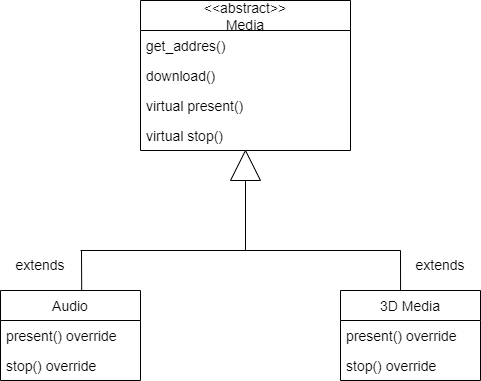
The draw.io diagram Task12/template method.png in randomunrandom/corona_travel, before a commit. Source tidied: cells renumbered, new cells last; positions are measured from the earlier drawing's top-left corner, leaving out a move shared by most shapes. Source of this version:
```xml
<mxGraphModel>
  <root>
    <mxCell id="0" />
    <mxCell id="1" parent="0" />
    <mxCell id="2" value="&lt;&lt;abstract&gt;&gt;&#10;Media" style="swimlane;fontStyle=0;horizontal=1;startSize=30;fontSize=14;" parent="1" vertex="1">
      <mxGeometry x="140" width="210" height="150" as="geometry" />
    </mxCell>
    <mxCell id="3" value="get_addres()" style="text;strokeColor=none;fillColor=none;align=left;verticalAlign=middle;spacingLeft=4;spacingRight=4;overflow=hidden;fontSize=14;" parent="2" vertex="1">
      <mxGeometry y="30" width="210" height="30" as="geometry" />
    </mxCell>
    <mxCell id="4" value="download()" style="text;strokeColor=none;fillColor=none;align=left;verticalAlign=middle;spacingLeft=4;spacingRight=4;overflow=hidden;fontSize=14;" parent="2" vertex="1">
      <mxGeometry y="60" width="210" height="30" as="geometry" />
    </mxCell>
    <mxCell id="5" value="virtual present()" style="text;strokeColor=none;fillColor=none;align=left;verticalAlign=middle;spacingLeft=4;spacingRight=4;overflow=hidden;fontSize=14;" parent="2" vertex="1">
      <mxGeometry y="90" width="210" height="30" as="geometry" />
    </mxCell>
    <mxCell id="6" value="virtual stop()" style="text;strokeColor=none;fillColor=none;align=left;verticalAlign=middle;spacingLeft=4;spacingRight=4;overflow=hidden;fontSize=14;" parent="2" vertex="1">
      <mxGeometry y="120" width="210" height="30" as="geometry" />
    </mxCell>
    <mxCell id="7" value="Audio" style="swimlane;fontStyle=0;horizontal=1;startSize=30;fontSize=14;" parent="1" vertex="1">
      <mxGeometry y="290" width="140" height="90" as="geometry" />
    </mxCell>
    <mxCell id="8" value="present() override" style="text;strokeColor=none;fillColor=none;align=left;verticalAlign=middle;spacingLeft=4;spacingRight=4;overflow=hidden;fontSize=14;" parent="7" vertex="1">
      <mxGeometry y="30" width="140" height="30" as="geometry" />
    </mxCell>
    <mxCell id="9" value="stop() override" style="text;strokeColor=none;fillColor=none;align=left;verticalAlign=middle;spacingLeft=4;spacingRight=4;overflow=hidden;fontSize=14;" parent="7" vertex="1">
      <mxGeometry y="60" width="140" height="30" as="geometry" />
    </mxCell>
    <mxCell id="10" value="3D Media" style="swimlane;fontStyle=0;horizontal=1;startSize=30;fontSize=14;" parent="1" vertex="1">
      <mxGeometry x="340" y="290" width="140" height="90" as="geometry" />
    </mxCell>
    <mxCell id="11" value="present() override" style="text;strokeColor=none;fillColor=none;align=left;verticalAlign=middle;spacingLeft=4;spacingRight=4;overflow=hidden;fontSize=14;" parent="10" vertex="1">
      <mxGeometry y="30" width="140" height="30" as="geometry" />
    </mxCell>
    <mxCell id="12" value="stop() override" style="text;strokeColor=none;fillColor=none;align=left;verticalAlign=middle;spacingLeft=4;spacingRight=4;overflow=hidden;fontSize=14;" parent="10" vertex="1">
      <mxGeometry y="60" width="140" height="30" as="geometry" />
    </mxCell>
    <mxCell id="13" style="triangle;whiteSpace=wrap;html=1;fontSize=14;rotation=-90;" parent="1" vertex="1">
      <mxGeometry x="230" y="150" width="30" height="30" as="geometry" />
    </mxCell>
    <mxCell id="14" style="endArrow=none;html=1;rounded=0;fontSize=14;entryX=0;entryY=0.5;entryDx=0;entryDy=0;" parent="1" edge="1" target="13">
      <mxGeometry relative="1" as="geometry">
        <mxPoint x="245" y="250" as="sourcePoint" />
      </mxGeometry>
    </mxCell>
    <mxCell id="15" style="endArrow=none;html=1;rounded=0;fontSize=14;" parent="1" edge="1">
      <mxGeometry relative="1" as="geometry">
        <mxPoint x="80" y="250" as="sourcePoint" />
        <mxPoint x="400" y="250" as="targetPoint" />
      </mxGeometry>
    </mxCell>
    <mxCell id="16" style="endArrow=none;html=1;rounded=0;fontSize=14;exitX=0.58;exitY=0.007;exitDx=0;exitDy=0;exitPerimeter=0;" parent="1" edge="1" source="7">
      <mxGeometry relative="1" as="geometry">
        <mxPoint x="81" y="250" as="targetPoint" />
      </mxGeometry>
    </mxCell>
    <mxCell id="17" style="endArrow=none;html=1;rounded=0;fontSize=14;exitX=0.429;exitY=0;exitDx=0;exitDy=0;exitPerimeter=0;" parent="1" edge="1" source="10">
      <mxGeometry relative="1" as="geometry">
        <mxPoint x="400" y="250" as="targetPoint" />
      </mxGeometry>
    </mxCell>
    <mxCell id="18" value="extends" style="text;html=1;strokeColor=none;fillColor=none;align=center;verticalAlign=middle;whiteSpace=wrap;rounded=0;fontSize=14;" parent="1" vertex="1">
      <mxGeometry x="10" y="250" width="60" height="30" as="geometry" />
    </mxCell>
    <mxCell id="19" value="extends" style="text;html=1;strokeColor=none;fillColor=none;align=center;verticalAlign=middle;whiteSpace=wrap;rounded=0;fontSize=14;" parent="1" vertex="1">
      <mxGeometry x="410" y="250" width="60" height="30" as="geometry" />
    </mxCell>
  </root>
</mxGraphModel>
```
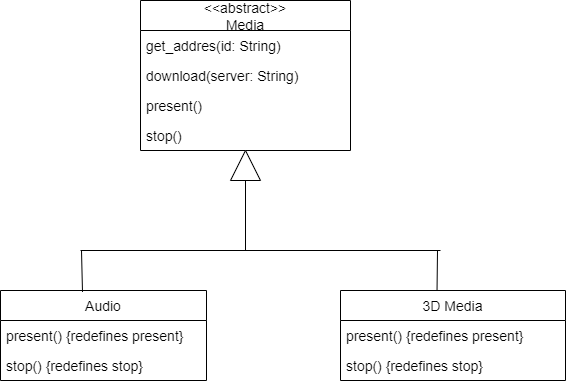
The same file after the commit.

Commit message:
Design cases updated

Diff of the diagram source:
```diff
@@ -5,35 +5,35 @@
     <mxCell id="2" value="&lt;&lt;abstract&gt;&gt;&#10;Media" style="swimlane;fontStyle=0;horizontal=1;startSize=30;fontSize=14;" parent="1" vertex="1">
       <mxGeometry x="140" width="210" height="150" as="geometry" />
     </mxCell>
-    <mxCell id="3" value="get_addres()" style="text;strokeColor=none;fillColor=none;align=left;verticalAlign=middle;spacingLeft=4;spacingRight=4;overflow=hidden;fontSize=14;" parent="2" vertex="1">
+    <mxCell id="3" value="get_addres(id: String)" style="text;strokeColor=none;fillColor=none;align=left;verticalAlign=middle;spacingLeft=4;spacingRight=4;overflow=hidden;fontSize=14;" parent="2" vertex="1">
       <mxGeometry y="30" width="210" height="30" as="geometry" />
     </mxCell>
-    <mxCell id="4" value="download()" style="text;strokeColor=none;fillColor=none;align=left;verticalAlign=middle;spacingLeft=4;spacingRight=4;overflow=hidden;fontSize=14;" parent="2" vertex="1">
+    <mxCell id="4" value="download(server: String)" style="text;strokeColor=none;fillColor=none;align=left;verticalAlign=middle;spacingLeft=4;spacingRight=4;overflow=hidden;fontSize=14;" parent="2" vertex="1">
       <mxGeometry y="60" width="210" height="30" as="geometry" />
     </mxCell>
-    <mxCell id="5" value="virtual present()" style="text;strokeColor=none;fillColor=none;align=left;verticalAlign=middle;spacingLeft=4;spacingRight=4;overflow=hidden;fontSize=14;" parent="2" vertex="1">
+    <mxCell id="5" value="present()" style="text;strokeColor=none;fillColor=none;align=left;verticalAlign=middle;spacingLeft=4;spacingRight=4;overflow=hidden;fontSize=14;" parent="2" vertex="1">
       <mxGeometry y="90" width="210" height="30" as="geometry" />
     </mxCell>
-    <mxCell id="6" value="virtual stop()" style="text;strokeColor=none;fillColor=none;align=left;verticalAlign=middle;spacingLeft=4;spacingRight=4;overflow=hidden;fontSize=14;" parent="2" vertex="1">
+    <mxCell id="6" value="stop()" style="text;strokeColor=none;fillColor=none;align=left;verticalAlign=middle;spacingLeft=4;spacingRight=4;overflow=hidden;fontSize=14;" parent="2" vertex="1">
       <mxGeometry y="120" width="210" height="30" as="geometry" />
     </mxCell>
     <mxCell id="7" value="Audio" style="swimlane;fontStyle=0;horizontal=1;startSize=30;fontSize=14;" parent="1" vertex="1">
-      <mxGeometry y="290" width="140" height="90" as="geometry" />
+      <mxGeometry y="290" width="206" height="90" as="geometry" />
     </mxCell>
-    <mxCell id="8" value="present() override" style="text;strokeColor=none;fillColor=none;align=left;verticalAlign=middle;spacingLeft=4;spacingRight=4;overflow=hidden;fontSize=14;" parent="7" vertex="1">
-      <mxGeometry y="30" width="140" height="30" as="geometry" />
+    <mxCell id="8" value="present() {redefines present}" style="text;strokeColor=none;fillColor=none;align=left;verticalAlign=middle;spacingLeft=4;spacingRight=4;overflow=hidden;fontSize=14;" parent="7" vertex="1">
+      <mxGeometry y="30" width="206" height="30" as="geometry" />
     </mxCell>
-    <mxCell id="9" value="stop() override" style="text;strokeColor=none;fillColor=none;align=left;verticalAlign=middle;spacingLeft=4;spacingRight=4;overflow=hidden;fontSize=14;" parent="7" vertex="1">
-      <mxGeometry y="60" width="140" height="30" as="geometry" />
+    <mxCell id="9" value="stop() {redefines stop}" style="text;strokeColor=none;fillColor=none;align=left;verticalAlign=middle;spacingLeft=4;spacingRight=4;overflow=hidden;fontSize=14;" parent="7" vertex="1">
+      <mxGeometry y="60" width="206" height="30" as="geometry" />
     </mxCell>
     <mxCell id="10" value="3D Media" style="swimlane;fontStyle=0;horizontal=1;startSize=30;fontSize=14;" parent="1" vertex="1">
-      <mxGeometry x="340" y="290" width="140" height="90" as="geometry" />
+      <mxGeometry x="340" y="290" width="225" height="90" as="geometry" />
     </mxCell>
-    <mxCell id="11" value="present() override" style="text;strokeColor=none;fillColor=none;align=left;verticalAlign=middle;spacingLeft=4;spacingRight=4;overflow=hidden;fontSize=14;" parent="10" vertex="1">
-      <mxGeometry y="30" width="140" height="30" as="geometry" />
+    <mxCell id="11" value="present() {redefines present}" style="text;strokeColor=none;fillColor=none;align=left;verticalAlign=middle;spacingLeft=4;spacingRight=4;overflow=hidden;fontSize=14;" parent="10" vertex="1">
+      <mxGeometry y="30" width="225" height="30" as="geometry" />
     </mxCell>
-    <mxCell id="12" value="stop() override" style="text;strokeColor=none;fillColor=none;align=left;verticalAlign=middle;spacingLeft=4;spacingRight=4;overflow=hidden;fontSize=14;" parent="10" vertex="1">
-      <mxGeometry y="60" width="140" height="30" as="geometry" />
+    <mxCell id="12" value="stop() {redefines stop}" style="text;strokeColor=none;fillColor=none;align=left;verticalAlign=middle;spacingLeft=4;spacingRight=4;overflow=hidden;fontSize=14;" parent="10" vertex="1">
+      <mxGeometry y="60" width="225" height="30" as="geometry" />
     </mxCell>
     <mxCell id="13" style="triangle;whiteSpace=wrap;html=1;fontSize=14;rotation=-90;" parent="1" vertex="1">
       <mxGeometry x="230" y="150" width="30" height="30" as="geometry" />
@@ -43,27 +43,21 @@
         <mxPoint x="245" y="250" as="sourcePoint" />
       </mxGeometry>
     </mxCell>
-    <mxCell id="15" style="endArrow=none;html=1;rounded=0;fontSize=14;" parent="1" edge="1">
+    <mxCell id="15" style="endArrow=none;html=1;rounded=0;fontSize=14;entryX=0.5;entryY=0;entryDx=0;entryDy=0;" parent="1" edge="1">
       <mxGeometry relative="1" as="geometry">
         <mxPoint x="80" y="250" as="sourcePoint" />
-        <mxPoint x="400" y="250" as="targetPoint" />
+        <mxPoint x="440" y="250" as="targetPoint" />
       </mxGeometry>
     </mxCell>
-    <mxCell id="16" style="endArrow=none;html=1;rounded=0;fontSize=14;exitX=0.58;exitY=0.007;exitDx=0;exitDy=0;exitPerimeter=0;" parent="1" edge="1" source="7">
+    <mxCell id="16" style="endArrow=none;html=1;rounded=0;fontSize=14;exitX=0.398;exitY=0.016;exitDx=0;exitDy=0;exitPerimeter=0;" parent="1" edge="1" source="7">
       <mxGeometry relative="1" as="geometry">
         <mxPoint x="81" y="250" as="targetPoint" />
       </mxGeometry>
     </mxCell>
     <mxCell id="17" style="endArrow=none;html=1;rounded=0;fontSize=14;exitX=0.429;exitY=0;exitDx=0;exitDy=0;exitPerimeter=0;" parent="1" edge="1" source="10">
       <mxGeometry relative="1" as="geometry">
-        <mxPoint x="400" y="250" as="targetPoint" />
+        <mxPoint x="437" y="250" as="targetPoint" />
       </mxGeometry>
     </mxCell>
-    <mxCell id="18" value="extends" style="text;html=1;strokeColor=none;fillColor=none;align=center;verticalAlign=middle;whiteSpace=wrap;rounded=0;fontSize=14;" parent="1" vertex="1">
-      <mxGeometry x="10" y="250" width="60" height="30" as="geometry" />
-    </mxCell>
-    <mxCell id="19" value="extends" style="text;html=1;strokeColor=none;fillColor=none;align=center;verticalAlign=middle;whiteSpace=wrap;rounded=0;fontSize=14;" parent="1" vertex="1">
-      <mxGeometry x="410" y="250" width="60" height="30" as="geometry" />
-    </mxCell>
   </root>
 </mxGraphModel>
```
